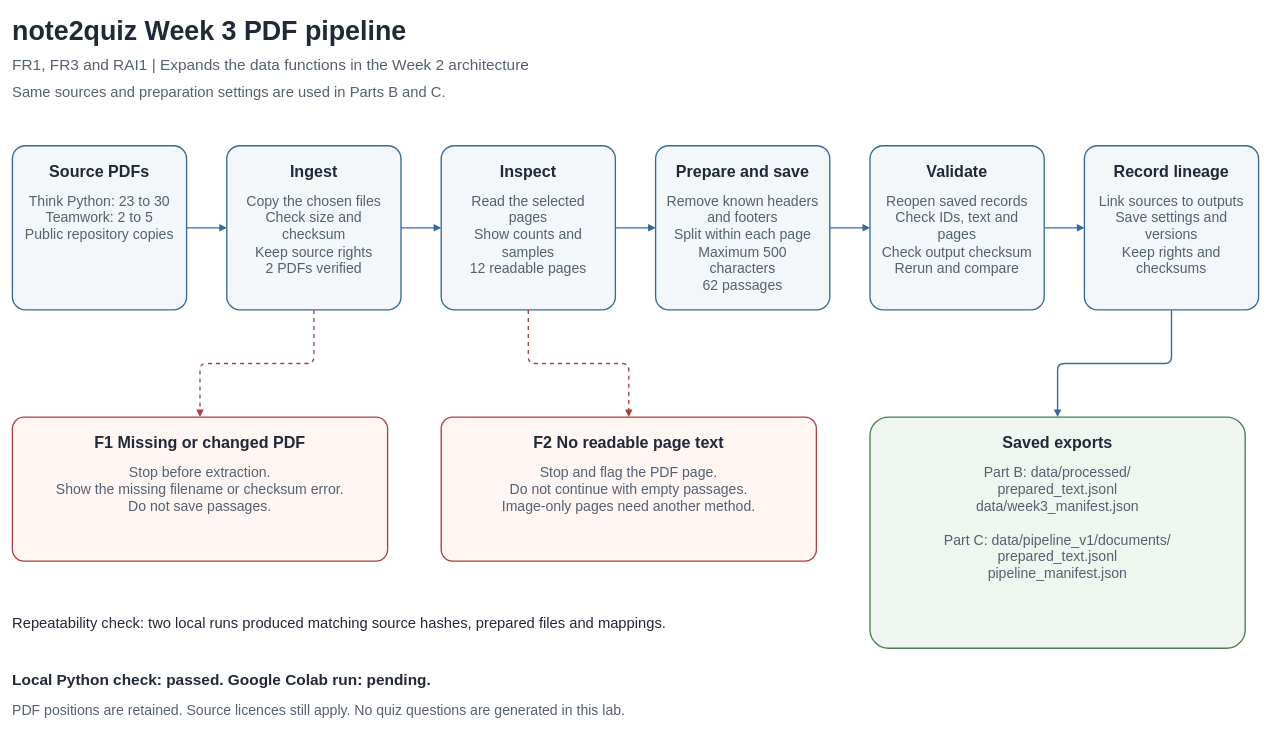
adamiskandarr05/NOTE2QUIZ keeps this draw.io diagram as docs/week3_pipeline_diagram.drawio. Above is the earlier version. Source tidied: cells renumbered, new cells numbered last; positions are measured from the earlier drawing's top-left corner, leaving out a move shared by most shapes. Both pictures are drawn from the tidied source at 67%, with x=0, y=0 at pixel (12, 11).
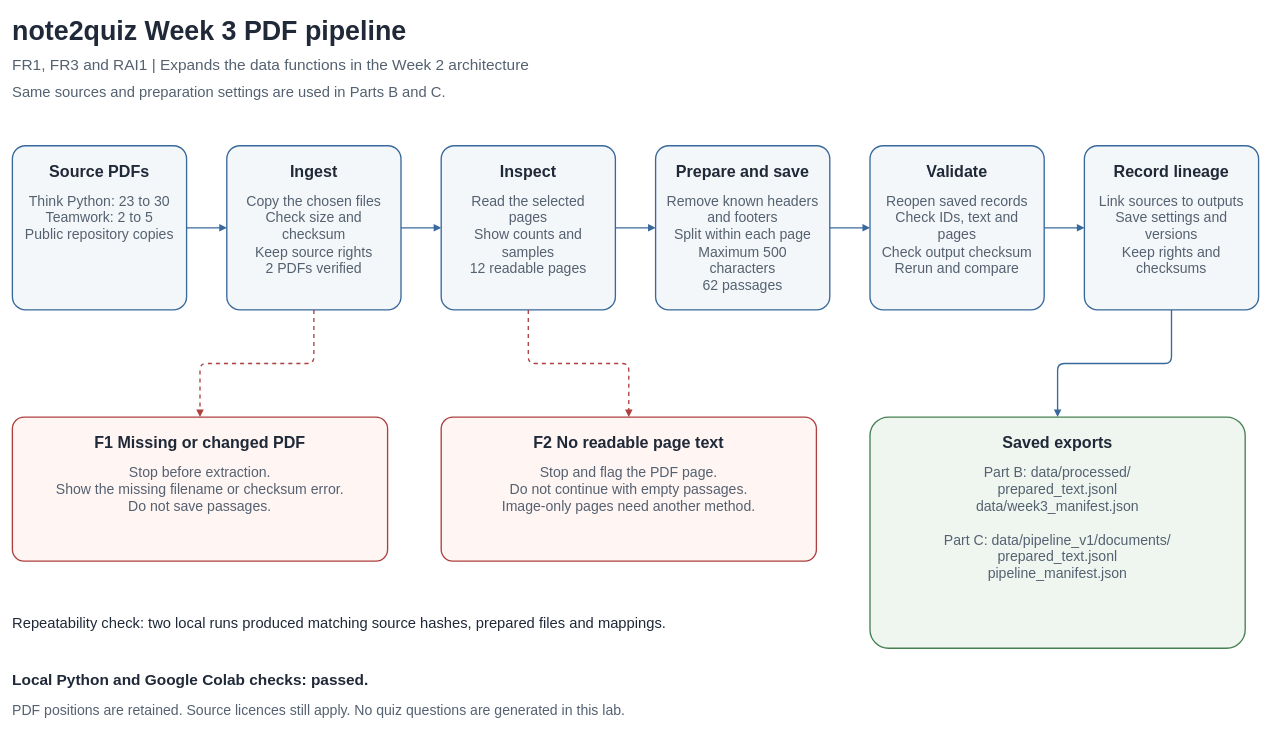
The same diagram, later.

Commit message (it also covers changes not shown here):
Save completed Colab run

What changed in the source:
```diff
@@
-    <mxCell id="41" value="Local Python check: passed. Google Colab run: pending." style="text;html=0;whiteSpace=wrap;align=left;verticalAlign=top;spacing=0;fontFamily=Arial;fontSize=23;fontStyle=1;fontColor=#202938;strokeColor=none;fillColor=none;" parent="1" vertex="1">
+    <mxCell id="41" value="Local Python and Google Colab checks: passed." style="text;html=0;whiteSpace=wrap;align=left;verticalAlign=top;spacing=0;fontFamily=Arial;fontSize=23;fontStyle=1;fontColor=#202938;strokeColor=none;fillColor=none;" parent="1" vertex="1">
       <mxGeometry y="980" width="1840" height="33.9" as="geometry" />
     </mxCell>
```
